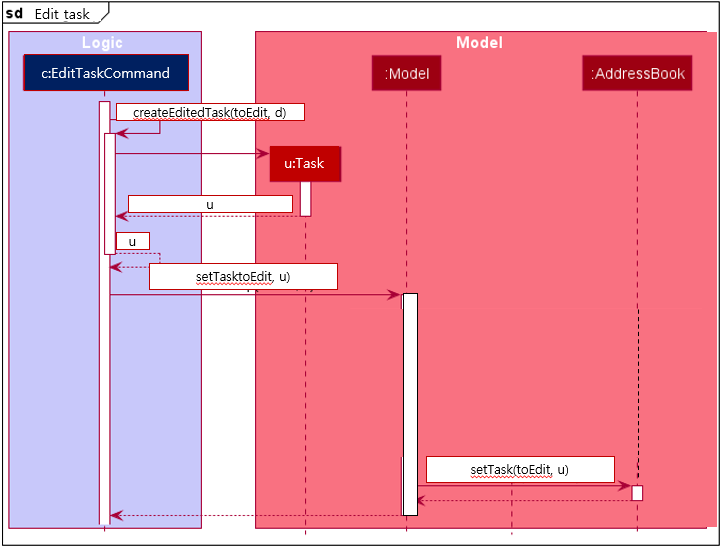
Before: docs/images/EditTaskCommandRefSequenceDiagram.png, a diagram exported from PlantUML (nus-cs2103-AY2122S1/tp).
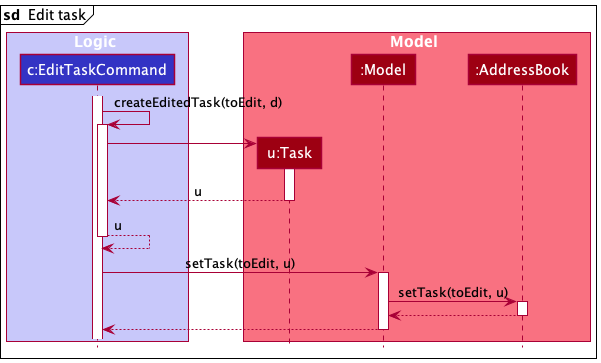
After the commit.

Diff of the diagram source:
```diff
@@ -1,57 +1,42 @@
 @startuml
 !include style.puml
 
-mainframe **sd**  Edit group
+mainframe **sd**  Edit task
 box Logic LOGIC_COLOR_T1
-participant "c:EditGroupCommand" as EditGroupCommand LOGIC_COLOR
+participant "c:EditTaskCommand" as EditTaskCommand LOGIC_COLOR
 end box
 
 box Model MODEL_COLOR_T1
-participant "u:Group" as Group MODEL_COLOR
+participant "u:Task" as Task MODEL_COLOR
 participant ":Model" as Model MODEL_COLOR
-participant "s:Student" as Student MODEL_COLOR
 participant ":AddressBook" as Ab MODEL_COLOR
 end box
 
-activate EditGroupCommand
+activate EditTaskCommand
 
-EditGroupCommand -> EditGroupCommand : createEditedGroup(toEdit, d)
-activate EditGroupCommand
+EditTaskCommand -> EditTaskCommand : createEditedTask(toEdit, d)
+activate EditTaskCommand
 
-create Group
-EditGroupCommand -> Group
-activate Group
+create Task
+EditTaskCommand -> Task
+activate Task
 
-Group --> EditGroupCommand : u
-deactivate Group
+Task --> EditTaskCommand : u
+deactivate Task
 
-EditGroupCommand --> EditGroupCommand : u
-deactivate EditGroupCommand
+EditTaskCommand --> EditTaskCommand : u
+deactivate EditTaskCommand
 
-EditGroupCommand -> Model : setGroup(toEdit, u)
+EditTaskCommand -> Model : setTask(toEdit, u)
 activate Model
 
-loop for all Members in toEdit:Group
-create Student
-Model -> Student
-activate Student
-Student --> Model : s
-deactivate Student
-
-Model -> Ab : setStudent(prevStudent, s)
-activate Ab
-Ab --> Model
-deactivate Ab
-end
-
-
-Model -> Ab : setGroup(toEdit, u)
+Model -> Ab : setTask(toEdit, u)
 activate Ab
 
 Ab --> Model
 deactivate Ab
 
-Model --> EditGroupCommand
+Model --> EditTaskCommand
 deactivate Model
 
 @enduml
```
